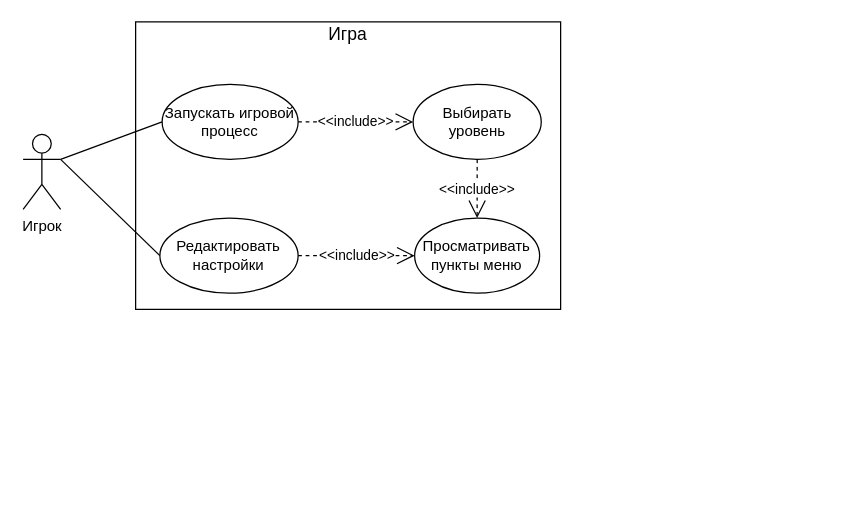
This is page "main" (1 of 3) of doc/use-case/use-case.drawio from itfray/GameGrinch2D, a draw.io file, before an edit. Source tidied: cells renumbered, new cells numbered last; positions are measured from the earlier drawing's top-left corner, leaving out a move shared by most shapes. Both pictures are drawn from the tidied source at 125%, with x=0, y=0 at pixel (22, 21).
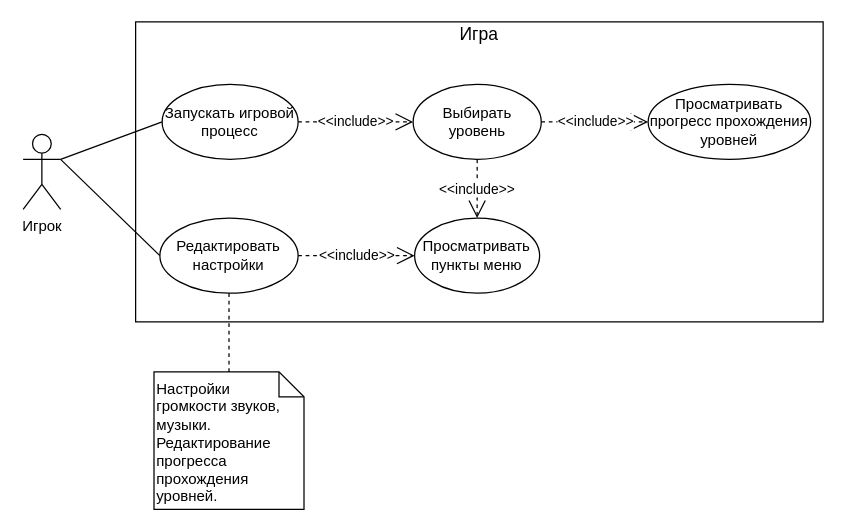
The same diagram, later.

The edit, as a diff of the source:
```diff
@@
 <mxGraphModel>
   <root>
     <mxCell id="0" />
     <mxCell id="1" parent="0" />
     <mxCell id="2" value="Игрок" style="shape=umlActor;verticalLabelPosition=bottom;verticalAlign=top;html=1;outlineConnect=0;" parent="1" vertex="1">
       <mxGeometry y="90" width="30" height="60" as="geometry" />
     </mxCell>
     <mxCell id="3" style="rounded=0;whiteSpace=wrap;html=1;" parent="1" vertex="1">
-      <mxGeometry x="90" width="340" height="230" as="geometry" />
+      <mxGeometry x="90" width="550" height="240" as="geometry" />
     </mxCell>
     <mxCell id="4" value="&lt;font style=&quot;font-size: 14px&quot;&gt;Игра&lt;/font&gt;" style="text;html=1;strokeColor=none;fillColor=none;align=center;verticalAlign=middle;whiteSpace=wrap;rounded=0;" parent="1" vertex="1">
-      <mxGeometry x="240" width="40" height="20" as="geometry" />
+      <mxGeometry x="345" width="40" height="20" as="geometry" />
     </mxCell>
     <mxCell id="5" value="Просматривать пункты меню" style="ellipse;whiteSpace=wrap;html=1;" parent="1" vertex="1">
       <mxGeometry x="313.2" y="157" width="100" height="60" as="geometry" />
     </mxCell>
     <mxCell id="6" value="Редактировать настройки" style="ellipse;whiteSpace=wrap;html=1;" parent="1" vertex="1">
       <mxGeometry x="109.4" y="157" width="110.6" height="60" as="geometry" />
     </mxCell>
     <mxCell id="7" value="Выбирать уровень" style="ellipse;whiteSpace=wrap;html=1;" parent="1" vertex="1">
       <mxGeometry x="312" y="50" width="102.5" height="60" as="geometry" />
     </mxCell>
     <mxCell id="8" style="endArrow=none;html=1;entryX=0;entryY=0.5;entryDx=0;entryDy=0;exitX=1;exitY=0.3333333333333333;exitDx=0;exitDy=0;exitPerimeter=0;" parent="1" edge="1" source="2" target="6">
       <mxGeometry relative="1" as="geometry" />
     </mxCell>
     <mxCell id="9" value="&amp;lt;&amp;lt;include&amp;gt;&amp;gt;" style="endArrow=open;endSize=12;dashed=1;html=1;entryX=0.5;entryY=0;entryDx=0;entryDy=0;exitX=0.5;exitY=1;exitDx=0;exitDy=0;" parent="1" edge="1" source="7" target="5">
       <mxGeometry relative="1" as="geometry" />
     </mxCell>
     <mxCell id="10" value="&amp;lt;&amp;lt;include&amp;gt;&amp;gt;" style="endArrow=open;endSize=12;dashed=1;html=1;entryX=0;entryY=0.5;entryDx=0;entryDy=0;exitX=1;exitY=0.5;exitDx=0;exitDy=0;" parent="1" edge="1" source="6" target="5">
       <mxGeometry relative="1" as="geometry" />
     </mxCell>
     <mxCell id="11" value="&lt;span&gt;Запускать игровой процесс&lt;/span&gt;" style="ellipse;whiteSpace=wrap;html=1;" parent="1" vertex="1">
       <mxGeometry x="111.2" y="50" width="108.8" height="60" as="geometry" />
     </mxCell>
     <mxCell id="12" style="endArrow=none;html=1;exitX=1;exitY=0.3333333333333333;exitDx=0;exitDy=0;exitPerimeter=0;entryX=0;entryY=0.5;entryDx=0;entryDy=0;" parent="1" edge="1" source="2" target="11">
       <mxGeometry relative="1" as="geometry" />
     </mxCell>
     <mxCell id="13" value="&amp;lt;&amp;lt;include&amp;gt;&amp;gt;" style="endArrow=open;endSize=12;dashed=1;html=1;entryX=0;entryY=0.5;entryDx=0;entryDy=0;exitX=1;exitY=0.5;exitDx=0;exitDy=0;" parent="1" edge="1" source="11" target="7">
       <mxGeometry relative="1" as="geometry" />
     </mxCell>
+    <mxCell id="14" style="endArrow=none;dashed=1;html=1;entryX=0.5;entryY=1;entryDx=0;entryDy=0;exitX=0.5;exitY=0;exitDx=0;exitDy=0;" parent="1" edge="1" source="17" target="6">
+      <mxGeometry relative="1" as="geometry" />
+    </mxCell>
+    <mxCell id="15" style="group;" parent="1" vertex="1">
+      <mxGeometry x="104.7" y="280" width="120" height="110" as="geometry" />
+    </mxCell>
+    <mxCell id="16" style="shape=note;size=20;whiteSpace=wrap;html=1;" parent="15" vertex="1">
+      <mxGeometry width="120" height="110" as="geometry" />
+    </mxCell>
+    <mxCell id="17" value="Настройки громкости звуков, музыки. Редактирование прогресса прохождения уровней." style="text;html=1;strokeColor=none;fillColor=none;align=left;verticalAlign=top;whiteSpace=wrap;rounded=0;" parent="15" vertex="1">
+      <mxGeometry width="120" height="110" as="geometry" />
+    </mxCell>
+    <mxCell id="18" value="Просматривать прогресс прохождения уровней" style="ellipse;whiteSpace=wrap;html=1;" parent="1" vertex="1">
+      <mxGeometry x="500" y="50" width="130" height="60" as="geometry" />
+    </mxCell>
+    <mxCell id="19" value="&amp;lt;&amp;lt;include&amp;gt;&amp;gt;" style="endArrow=open;endSize=12;dashed=1;html=1;entryX=0;entryY=0.5;entryDx=0;entryDy=0;exitX=1;exitY=0.5;exitDx=0;exitDy=0;" parent="1" edge="1" source="7" target="18">
+      <mxGeometry relative="1" as="geometry" />
+    </mxCell>
   </root>
 </mxGraphModel>
```
